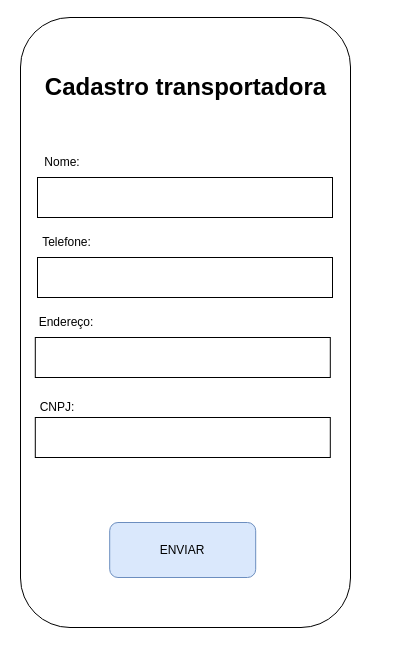
This is tela.transportadora.drawio from kawan-70/fluxograma_t, a draw.io file, before an edit. Source tidied: cells renumbered, new cells numbered last; positions are measured from the earlier drawing's top-left corner, leaving out a move shared by most shapes. Both pictures are drawn from the tidied source at 100%, with x=0, y=0 at pixel (20, 17).
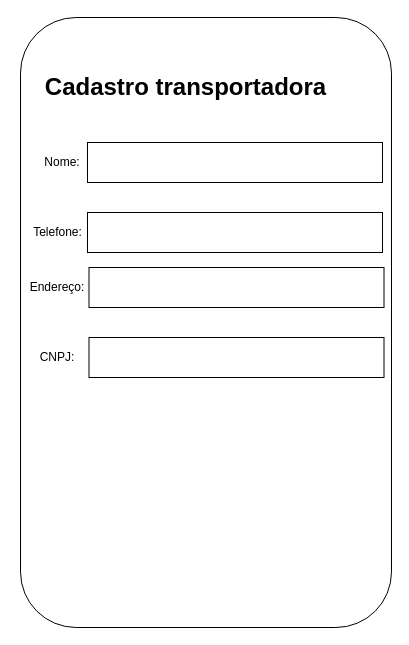
The same diagram, later.

What changed in the source:
```diff
@@
 <mxGraphModel>
   <root>
     <mxCell id="0" />
     <mxCell id="1" parent="0" />
     <mxCell id="2" style="rounded=1;whiteSpace=wrap;html=1;direction=south;" parent="1" vertex="1">
-      <mxGeometry width="330" height="610" as="geometry" />
+      <mxGeometry width="371" height="610" as="geometry" />
     </mxCell>
     <mxCell id="3" value="Cadastro transportadora" style="text;html=1;fontSize=24;fontStyle=1;verticalAlign=middle;align=center;" parent="1" vertex="1">
       <mxGeometry x="17" y="50" width="296" height="40" as="geometry" />
     </mxCell>
     <mxCell id="4" value="Nome:" style="text;html=1;strokeColor=none;fillColor=none;align=center;verticalAlign=middle;whiteSpace=wrap;overflow=hidden;" parent="1" vertex="1">
       <mxGeometry x="17" y="130" width="50" height="30" as="geometry" />
     </mxCell>
     <mxCell id="5" style="rounded=0;whiteSpace=wrap;html=1;" parent="1" vertex="1">
-      <mxGeometry x="17" y="160" width="295" height="40" as="geometry" />
+      <mxGeometry x="67" y="125" width="295" height="40" as="geometry" />
     </mxCell>
     <mxCell id="6" value="Telefone:" style="text;html=1;strokeColor=none;fillColor=none;align=center;verticalAlign=middle;whiteSpace=wrap;overflow=hidden;" parent="1" vertex="1">
-      <mxGeometry x="14.8" y="210" width="62.5" height="30" as="geometry" />
+      <mxGeometry x="6" y="200" width="62.5" height="30" as="geometry" />
     </mxCell>
     <mxCell id="7" style="rounded=0;whiteSpace=wrap;html=1;" parent="1" vertex="1">
-      <mxGeometry x="17" y="240" width="295" height="40" as="geometry" />
+      <mxGeometry x="67" y="195" width="295" height="40" as="geometry" />
     </mxCell>
     <mxCell id="8" style="rounded=0;whiteSpace=wrap;html=1;" parent="1" vertex="1">
-      <mxGeometry x="14.8" y="320" width="295" height="40" as="geometry" />
+      <mxGeometry x="68.5" y="250" width="295" height="40" as="geometry" />
     </mxCell>
     <mxCell id="9" value="Endereço:" style="text;html=1;strokeColor=none;fillColor=none;align=center;verticalAlign=middle;whiteSpace=wrap;overflow=hidden;" parent="1" vertex="1">
-      <mxGeometry x="6" y="295" width="80" height="20" as="geometry" />
+      <mxGeometry x="-3.1" y="260" width="80" height="20" as="geometry" />
     </mxCell>
     <mxCell id="10" style="rounded=0;whiteSpace=wrap;html=1;" parent="1" vertex="1">
-      <mxGeometry x="14.8" y="400" width="295" height="40" as="geometry" />
+      <mxGeometry x="68.5" y="320" width="295" height="40" as="geometry" />
     </mxCell>
     <mxCell id="11" value="CNPJ:" style="text;html=1;strokeColor=none;fillColor=none;align=center;verticalAlign=middle;whiteSpace=wrap;overflow=hidden;" parent="1" vertex="1">
-      <mxGeometry x="17" y="380" width="39.8" height="20" as="geometry" />
+      <mxGeometry x="17" y="330" width="39.8" height="20" as="geometry" />
     </mxCell>
-    <mxCell id="12" value="ENVIAR" style="rounded=1;whiteSpace=wrap;html=1;fillColor=#dae8fc;strokeColor=#6c8ebf;" parent="1" vertex="1">
-      <mxGeometry x="89.2" y="505" width="146" height="55" as="geometry" />
-    </mxCell>
   </root>
 </mxGraphModel>
```
